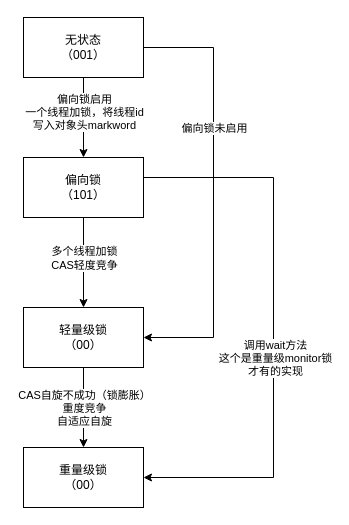
This is 并发编程-锁.drawio from huyun0614/draw.io, a draw.io file, before an edit. Source tidied: cells renumbered, new cells numbered last; positions are measured from the earlier drawing's top-left corner, leaving out a move shared by most shapes. Both pictures are drawn from the tidied source at 100%, with x=0, y=0 at pixel (23, 17).
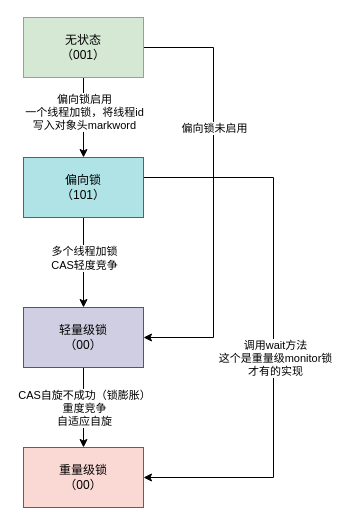
The same diagram, later.

Commit message (it also covers changes not shown here):
Update 并发编程-锁.drawio

The edit, as a diff of the source:
```diff
@@
-    <mxCell id="6" value="无状态&lt;br&gt;（001）" style="rounded=0;whiteSpace=wrap;html=1;" parent="1" vertex="1">
+    <mxCell id="6" value="无状态&lt;br&gt;（001）" style="rounded=0;whiteSpace=wrap;html=1;fillColor=#d5e8d4;strokeColor=#82b366;" parent="1" vertex="1">
       <mxGeometry width="120" height="60" as="geometry" />
     </mxCell>
@@
-    <mxCell id="11" value="偏向锁&lt;br&gt;（101）" style="rounded=0;whiteSpace=wrap;html=1;" parent="1" vertex="1">
+    <mxCell id="11" value="偏向锁&lt;br&gt;（101）" style="rounded=0;whiteSpace=wrap;html=1;fillColor=#b0e3e6;strokeColor=#0e8088;" parent="1" vertex="1">
       <mxGeometry y="140" width="120" height="60" as="geometry" />
     </mxCell>
@@
-    <mxCell id="14" value="轻量级锁&lt;br&gt;（00）" style="rounded=0;whiteSpace=wrap;html=1;" parent="1" vertex="1">
+    <mxCell id="14" value="轻量级锁&lt;br&gt;（00）" style="rounded=0;whiteSpace=wrap;html=1;fillColor=#d0cee2;strokeColor=#56517e;" parent="1" vertex="1">
       <mxGeometry y="290" width="120" height="60" as="geometry" />
     </mxCell>
-    <mxCell id="15" value="重量级锁&lt;br&gt;（00）" style="rounded=0;whiteSpace=wrap;html=1;" parent="1" vertex="1">
+    <mxCell id="15" value="重量级锁&lt;br&gt;（00）" style="rounded=0;whiteSpace=wrap;html=1;fillColor=#fad9d5;strokeColor=#ae4132;" parent="1" vertex="1">
       <mxGeometry y="430" width="120" height="60" as="geometry" />
     </mxCell>
```
